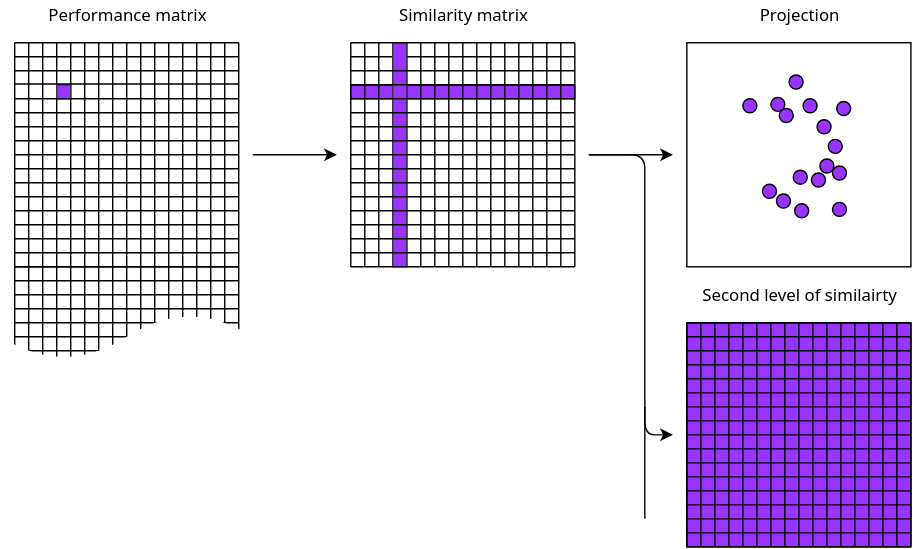
Above: img/affected_diagram.svg in Linzee/tmsei_thesis (draw.io), before the change. Source tidied: cells renumbered, new cells last; positions are measured from the earlier drawing's top-left corner, leaving out a move shared by most shapes.
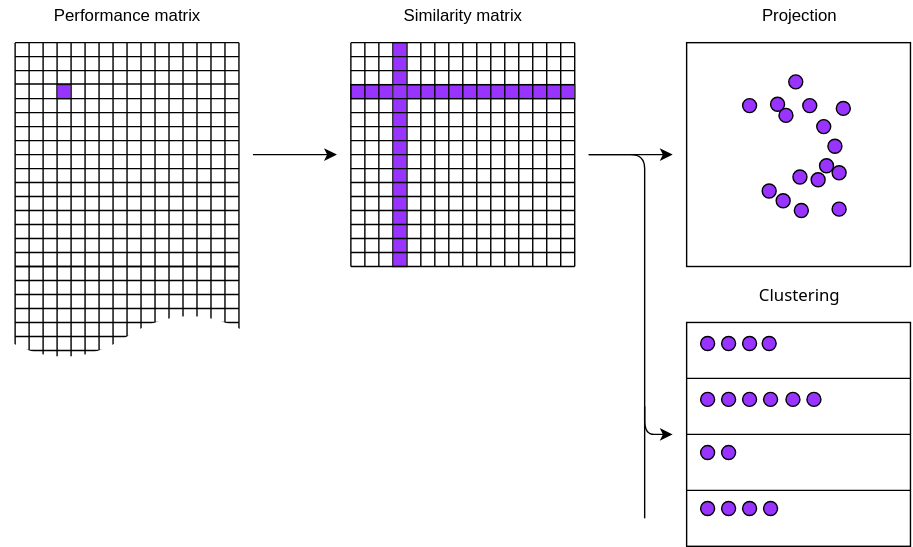
After the commit.

Commit message:
Update affected diagram

Diff of the diagram source:
```diff
@@ -2,9 +2,12 @@
   <root>
     <mxCell id="0" />
     <mxCell id="1" parent="0" />
-    <mxCell id="2" style="rounded=0;whiteSpace=wrap;html=1;fillColor=#9933FF;gradientColor=none;" parent="1" vertex="1">
-      <mxGeometry x="490" y="245" width="160" height="160" as="geometry" />
-    </mxCell>
+    <mxCell id="136" style="endArrow=none;html=1;" parent="1" edge="1">
+      <mxGeometry relative="1" as="geometry">
+        <mxPoint x="410" y="45" as="sourcePoint" />
+        <mxPoint x="410" y="205" as="targetPoint" />
+      </mxGeometry>
+    </mxCell>
     <mxCell id="3" style="rounded=0;whiteSpace=wrap;html=1;fillColor=#9933FF;strokeColor=#36393d;rotation=90;" parent="1" vertex="1">
       <mxGeometry x="325" width="10" height="160" as="geometry" />
     </mxCell>
@@ -224,219 +227,6 @@
         <mxPoint x="160" y="160" as="targetPoint" />
       </mxGeometry>
     </mxCell>
-    <mxCell id="42" style="group;" parent="1" vertex="1">
-      <mxGeometry x="490" y="245" width="160" height="160" as="geometry" />
-    </mxCell>
-    <mxCell id="43" style="group;rotation=90;" parent="42" vertex="1">
-      <mxGeometry width="160" height="160" as="geometry" />
-    </mxCell>
-    <mxCell id="44" style="endArrow=none;html=1;" parent="43" edge="1">
-      <mxGeometry relative="1" as="geometry">
-        <mxPoint x="160" as="sourcePoint" />
-        <mxPoint x="160" y="160" as="targetPoint" />
-      </mxGeometry>
-    </mxCell>
-    <mxCell id="45" style="endArrow=none;html=1;" parent="43" edge="1">
-      <mxGeometry relative="1" as="geometry">
-        <mxPoint x="150" as="sourcePoint" />
-        <mxPoint x="150" y="160" as="targetPoint" />
-      </mxGeometry>
-    </mxCell>
-    <mxCell id="46" style="endArrow=none;html=1;" parent="43" edge="1">
-      <mxGeometry relative="1" as="geometry">
-        <mxPoint x="140" as="sourcePoint" />
-        <mxPoint x="140" y="160" as="targetPoint" />
-      </mxGeometry>
-    </mxCell>
-    <mxCell id="47" style="endArrow=none;html=1;" parent="43" edge="1">
-      <mxGeometry relative="1" as="geometry">
-        <mxPoint x="130" as="sourcePoint" />
-        <mxPoint x="130" y="160" as="targetPoint" />
-      </mxGeometry>
-    </mxCell>
-    <mxCell id="48" style="endArrow=none;html=1;" parent="43" edge="1">
-      <mxGeometry relative="1" as="geometry">
-        <mxPoint x="120" as="sourcePoint" />
-        <mxPoint x="120" y="160" as="targetPoint" />
-      </mxGeometry>
-    </mxCell>
-    <mxCell id="49" style="endArrow=none;html=1;" parent="43" edge="1">
-      <mxGeometry relative="1" as="geometry">
-        <mxPoint x="110" as="sourcePoint" />
-        <mxPoint x="110" y="160" as="targetPoint" />
-      </mxGeometry>
-    </mxCell>
-    <mxCell id="50" style="endArrow=none;html=1;" parent="43" edge="1">
-      <mxGeometry relative="1" as="geometry">
-        <mxPoint x="100" as="sourcePoint" />
-        <mxPoint x="100" y="160" as="targetPoint" />
-      </mxGeometry>
-    </mxCell>
-    <mxCell id="51" style="endArrow=none;html=1;" parent="43" edge="1">
-      <mxGeometry relative="1" as="geometry">
-        <mxPoint x="90" as="sourcePoint" />
-        <mxPoint x="90" y="160" as="targetPoint" />
-      </mxGeometry>
-    </mxCell>
-    <mxCell id="52" style="endArrow=none;html=1;" parent="43" edge="1">
-      <mxGeometry relative="1" as="geometry">
-        <mxPoint x="80" as="sourcePoint" />
-        <mxPoint x="80" y="160" as="targetPoint" />
-      </mxGeometry>
-    </mxCell>
-    <mxCell id="53" style="endArrow=none;html=1;" parent="43" edge="1">
-      <mxGeometry relative="1" as="geometry">
-        <mxPoint x="70" as="sourcePoint" />
-        <mxPoint x="70" y="160" as="targetPoint" />
-      </mxGeometry>
-    </mxCell>
-    <mxCell id="54" style="endArrow=none;html=1;" parent="43" edge="1">
-      <mxGeometry relative="1" as="geometry">
-        <mxPoint x="60" as="sourcePoint" />
-        <mxPoint x="60" y="160" as="targetPoint" />
-      </mxGeometry>
-    </mxCell>
-    <mxCell id="55" style="endArrow=none;html=1;" parent="43" edge="1">
-      <mxGeometry relative="1" as="geometry">
-        <mxPoint x="50" as="sourcePoint" />
-        <mxPoint x="50" y="160" as="targetPoint" />
-      </mxGeometry>
-    </mxCell>
-    <mxCell id="56" style="endArrow=none;html=1;" parent="43" edge="1">
-      <mxGeometry relative="1" as="geometry">
-        <mxPoint x="40" as="sourcePoint" />
-        <mxPoint x="40" y="160" as="targetPoint" />
-      </mxGeometry>
-    </mxCell>
-    <mxCell id="57" style="endArrow=none;html=1;" parent="43" edge="1">
-      <mxGeometry relative="1" as="geometry">
-        <mxPoint x="30" as="sourcePoint" />
-        <mxPoint x="30" y="160" as="targetPoint" />
-      </mxGeometry>
-    </mxCell>
-    <mxCell id="58" style="endArrow=none;html=1;" parent="43" edge="1">
-      <mxGeometry relative="1" as="geometry">
-        <mxPoint x="20" as="sourcePoint" />
-        <mxPoint x="20" y="160" as="targetPoint" />
-      </mxGeometry>
-    </mxCell>
-    <mxCell id="59" style="endArrow=none;html=1;" parent="43" edge="1">
-      <mxGeometry relative="1" as="geometry">
-        <mxPoint x="10" as="sourcePoint" />
-        <mxPoint x="10" y="160" as="targetPoint" />
-      </mxGeometry>
-    </mxCell>
-    <mxCell id="60" style="endArrow=none;html=1;" parent="43" edge="1">
-      <mxGeometry relative="1" as="geometry">
-        <mxPoint as="sourcePoint" />
-        <mxPoint y="160" as="targetPoint" />
-      </mxGeometry>
-    </mxCell>
-    <mxCell id="61" style="group;" parent="43" vertex="1">
-      <mxGeometry width="160" height="160" as="geometry" />
-    </mxCell>
-    <mxCell id="62" style="endArrow=none;html=1;" parent="61" edge="1">
-      <mxGeometry relative="1" as="geometry">
-        <mxPoint as="sourcePoint" />
-        <mxPoint x="160" as="targetPoint" />
-      </mxGeometry>
-    </mxCell>
-    <mxCell id="63" style="endArrow=none;html=1;" parent="61" edge="1">
-      <mxGeometry relative="1" as="geometry">
-        <mxPoint y="10" as="sourcePoint" />
-        <mxPoint x="160" y="10" as="targetPoint" />
-      </mxGeometry>
-    </mxCell>
-    <mxCell id="64" style="endArrow=none;html=1;" parent="61" edge="1">
-      <mxGeometry relative="1" as="geometry">
-        <mxPoint y="20" as="sourcePoint" />
-        <mxPoint x="160" y="20" as="targetPoint" />
-      </mxGeometry>
-    </mxCell>
-    <mxCell id="65" style="endArrow=none;html=1;" parent="61" edge="1">
-      <mxGeometry relative="1" as="geometry">
-        <mxPoint y="30" as="sourcePoint" />
-        <mxPoint x="160" y="30" as="targetPoint" />
-      </mxGeometry>
-    </mxCell>
-    <mxCell id="66" style="endArrow=none;html=1;" parent="61" edge="1">
-      <mxGeometry relative="1" as="geometry">
-        <mxPoint y="40" as="sourcePoint" />
-        <mxPoint x="160" y="40" as="targetPoint" />
-      </mxGeometry>
-    </mxCell>
-    <mxCell id="67" style="endArrow=none;html=1;" parent="61" edge="1">
-      <mxGeometry relative="1" as="geometry">
-        <mxPoint y="50" as="sourcePoint" />
-        <mxPoint x="160" y="50" as="targetPoint" />
-      </mxGeometry>
-    </mxCell>
-    <mxCell id="68" style="endArrow=none;html=1;" parent="61" edge="1">
-      <mxGeometry relative="1" as="geometry">
-        <mxPoint y="60" as="sourcePoint" />
-        <mxPoint x="160" y="60" as="targetPoint" />
-      </mxGeometry>
-    </mxCell>
-    <mxCell id="69" style="endArrow=none;html=1;" parent="61" edge="1">
-      <mxGeometry relative="1" as="geometry">
-        <mxPoint y="70" as="sourcePoint" />
-        <mxPoint x="160" y="70" as="targetPoint" />
-      </mxGeometry>
-    </mxCell>
-    <mxCell id="70" style="endArrow=none;html=1;" parent="61" edge="1">
-      <mxGeometry relative="1" as="geometry">
-        <mxPoint y="80" as="sourcePoint" />
-        <mxPoint x="160" y="80" as="targetPoint" />
-      </mxGeometry>
-    </mxCell>
-    <mxCell id="71" style="endArrow=none;html=1;" parent="61" edge="1">
-      <mxGeometry relative="1" as="geometry">
-        <mxPoint y="90" as="sourcePoint" />
-        <mxPoint x="160" y="90" as="targetPoint" />
-      </mxGeometry>
-    </mxCell>
-    <mxCell id="72" style="endArrow=none;html=1;" parent="61" edge="1">
-      <mxGeometry relative="1" as="geometry">
-        <mxPoint y="100" as="sourcePoint" />
-        <mxPoint x="160" y="100" as="targetPoint" />
-      </mxGeometry>
-    </mxCell>
-    <mxCell id="73" style="endArrow=none;html=1;" parent="61" edge="1">
-      <mxGeometry relative="1" as="geometry">
-        <mxPoint y="110" as="sourcePoint" />
-        <mxPoint x="160" y="110" as="targetPoint" />
-      </mxGeometry>
-    </mxCell>
-    <mxCell id="74" style="endArrow=none;html=1;" parent="61" edge="1">
-      <mxGeometry relative="1" as="geometry">
-        <mxPoint y="120" as="sourcePoint" />
-        <mxPoint x="160" y="120" as="targetPoint" />
-      </mxGeometry>
-    </mxCell>
-    <mxCell id="75" style="endArrow=none;html=1;" parent="61" edge="1">
-      <mxGeometry relative="1" as="geometry">
-        <mxPoint y="130" as="sourcePoint" />
-        <mxPoint x="160" y="130" as="targetPoint" />
-      </mxGeometry>
-    </mxCell>
-    <mxCell id="76" style="endArrow=none;html=1;" parent="61" edge="1">
-      <mxGeometry relative="1" as="geometry">
-        <mxPoint y="140" as="sourcePoint" />
-        <mxPoint x="160" y="140" as="targetPoint" />
-      </mxGeometry>
-    </mxCell>
-    <mxCell id="77" style="endArrow=none;html=1;" parent="61" edge="1">
-      <mxGeometry relative="1" as="geometry">
-        <mxPoint y="150" as="sourcePoint" />
-        <mxPoint x="160" y="150" as="targetPoint" />
-      </mxGeometry>
-    </mxCell>
-    <mxCell id="78" style="endArrow=none;html=1;" parent="61" edge="1">
-      <mxGeometry relative="1" as="geometry">
-        <mxPoint y="160" as="sourcePoint" />
-        <mxPoint x="160" y="160" as="targetPoint" />
-      </mxGeometry>
-    </mxCell>
     <mxCell id="79" style="rounded=0;whiteSpace=wrap;html=1;gradientColor=none;" parent="1" vertex="1">
       <mxGeometry x="490" y="45" width="160" height="160" as="geometry" />
     </mxCell>
@@ -675,18 +465,15 @@
     <mxCell id="128" style="ellipse;whiteSpace=wrap;html=1;fillColor=#9933FF;strokeColor=#000000;" parent="1" vertex="1">
       <mxGeometry x="567" y="160" width="10" height="10" as="geometry" />
     </mxCell>
-    <mxCell id="129" value="Performance matrix" style="text;html=1;strokeColor=none;fillColor=none;align=center;verticalAlign=middle;whiteSpace=wrap;rounded=0;fontFamily=Sans;" parent="1" vertex="1">
+    <mxCell id="129" value="Performance matrix" style="text;html=1;strokeColor=none;fillColor=none;align=center;verticalAlign=middle;whiteSpace=wrap;rounded=0;" parent="1" vertex="1">
       <mxGeometry x="10" y="15" width="160" height="20" as="geometry" />
     </mxCell>
-    <mxCell id="130" value="&lt;font&gt;Similarity matrix&lt;/font&gt;" style="text;html=1;strokeColor=none;fillColor=none;align=center;verticalAlign=middle;whiteSpace=wrap;rounded=0;fontFamily=Sans;" parent="1" vertex="1">
+    <mxCell id="130" value="Similarity matrix" style="text;html=1;strokeColor=none;fillColor=none;align=center;verticalAlign=middle;whiteSpace=wrap;rounded=0;" parent="1" vertex="1">
       <mxGeometry x="250" y="15" width="160" height="20" as="geometry" />
     </mxCell>
-    <mxCell id="131" value="&lt;font&gt;Projection&lt;/font&gt;" style="text;html=1;strokeColor=none;fillColor=none;align=center;verticalAlign=middle;whiteSpace=wrap;rounded=0;fontFamily=Sans;" parent="1" vertex="1">
+    <mxCell id="131" value="Projection" style="text;html=1;strokeColor=none;fillColor=none;align=center;verticalAlign=middle;whiteSpace=wrap;rounded=0;" parent="1" vertex="1">
       <mxGeometry x="490" y="15" width="160" height="20" as="geometry" />
     </mxCell>
-    <mxCell id="132" value="&lt;font&gt;Second level of similairty&lt;/font&gt;" style="text;html=1;strokeColor=none;fillColor=none;align=center;verticalAlign=middle;whiteSpace=wrap;rounded=0;fontFamily=Sans;" parent="1" vertex="1">
-      <mxGeometry x="490" y="215" width="160" height="20" as="geometry" />
-    </mxCell>
     <mxCell id="133" style="endArrow=none;html=1;" parent="1" edge="1">
       <mxGeometry relative="1" as="geometry">
         <mxPoint x="460" y="385" as="sourcePoint" />
@@ -699,18 +486,6 @@
         <mxPoint x="170" y="74.5" as="targetPoint" />
       </mxGeometry>
     </mxCell>
-    <mxCell id="135" style="endArrow=none;html=1;" parent="1" edge="1">
-      <mxGeometry relative="1" as="geometry">
-        <mxPoint x="410" y="55" as="sourcePoint" />
-        <mxPoint x="250" y="55" as="targetPoint" />
-      </mxGeometry>
-    </mxCell>
-    <mxCell id="136" style="endArrow=none;html=1;" parent="1" edge="1">
-      <mxGeometry relative="1" as="geometry">
-        <mxPoint x="410" y="45" as="sourcePoint" />
-        <mxPoint x="410" y="205" as="targetPoint" />
-      </mxGeometry>
-    </mxCell>
     <mxCell id="137" style="endArrow=none;html=1;" parent="1" edge="1">
       <mxGeometry relative="1" as="geometry">
         <mxPoint x="400" y="45" as="sourcePoint" />
@@ -906,5 +681,74 @@
         <mxPoint x="410" y="75" as="targetPoint" />
       </mxGeometry>
     </mxCell>
+    <mxCell id="170" value="Clustering" style="text;html=1;strokeColor=none;fillColor=none;align=center;verticalAlign=middle;whiteSpace=wrap;rounded=0;fontFamily=Sans;" parent="1" vertex="1">
+      <mxGeometry x="490" y="215" width="160" height="20" as="geometry" />
+    </mxCell>
+    <mxCell id="171" style="rounded=0;whiteSpace=wrap;html=1;gradientColor=none;" parent="1" vertex="1">
+      <mxGeometry x="490" y="245" width="160" height="160" as="geometry" />
+    </mxCell>
+    <mxCell id="172" style="ellipse;whiteSpace=wrap;html=1;fillColor=#9933FF;strokeColor=#000000;" parent="1" vertex="1">
+      <mxGeometry x="500" y="255" width="10" height="10" as="geometry" />
+    </mxCell>
+    <mxCell id="173" style="ellipse;whiteSpace=wrap;html=1;fillColor=#9933FF;strokeColor=#000000;" parent="1" vertex="1">
+      <mxGeometry x="515" y="255" width="10" height="10" as="geometry" />
+    </mxCell>
+    <mxCell id="174" style="ellipse;whiteSpace=wrap;html=1;fillColor=#9933FF;strokeColor=#000000;" parent="1" vertex="1">
+      <mxGeometry x="544" y="255" width="10" height="10" as="geometry" />
+    </mxCell>
+    <mxCell id="175" style="ellipse;whiteSpace=wrap;html=1;fillColor=#9933FF;strokeColor=#000000;" parent="1" vertex="1">
+      <mxGeometry x="515" y="373" width="10" height="10" as="geometry" />
+    </mxCell>
+    <mxCell id="176" style="ellipse;whiteSpace=wrap;html=1;fillColor=#9933FF;strokeColor=#000000;" parent="1" vertex="1">
+      <mxGeometry x="500" y="295" width="10" height="10" as="geometry" />
+    </mxCell>
+    <mxCell id="177" style="ellipse;whiteSpace=wrap;html=1;fillColor=#9933FF;strokeColor=#000000;" parent="1" vertex="1">
+      <mxGeometry x="530" y="295" width="10" height="10" as="geometry" />
+    </mxCell>
+    <mxCell id="178" style="ellipse;whiteSpace=wrap;html=1;fillColor=#9933FF;strokeColor=#000000;" parent="1" vertex="1">
+      <mxGeometry x="530" y="373" width="10" height="10" as="geometry" />
+    </mxCell>
+    <mxCell id="179" style="ellipse;whiteSpace=wrap;html=1;fillColor=#9933FF;strokeColor=#000000;" parent="1" vertex="1">
+      <mxGeometry x="500" y="332.5" width="10" height="10" as="geometry" />
+    </mxCell>
+    <mxCell id="180" style="ellipse;whiteSpace=wrap;html=1;fillColor=#9933FF;strokeColor=#000000;" parent="1" vertex="1">
+      <mxGeometry x="576" y="295" width="10" height="10" as="geometry" />
+    </mxCell>
+    <mxCell id="181" style="ellipse;whiteSpace=wrap;html=1;fillColor=#9933FF;strokeColor=#000000;" parent="1" vertex="1">
+      <mxGeometry x="515" y="295" width="10" height="10" as="geometry" />
+    </mxCell>
+    <mxCell id="182" style="ellipse;whiteSpace=wrap;html=1;fillColor=#9933FF;strokeColor=#000000;" parent="1" vertex="1">
+      <mxGeometry x="500" y="373" width="10" height="10" as="geometry" />
+    </mxCell>
+    <mxCell id="183" style="ellipse;whiteSpace=wrap;html=1;fillColor=#9933FF;strokeColor=#000000;" parent="1" vertex="1">
+      <mxGeometry x="545" y="295" width="10" height="10" as="geometry" />
+    </mxCell>
+    <mxCell id="184" style="ellipse;whiteSpace=wrap;html=1;fillColor=#9933FF;strokeColor=#000000;" parent="1" vertex="1">
+      <mxGeometry x="561" y="295" width="10" height="10" as="geometry" />
+    </mxCell>
+    <mxCell id="185" style="ellipse;whiteSpace=wrap;html=1;fillColor=#9933FF;strokeColor=#000000;" parent="1" vertex="1">
+      <mxGeometry x="530" y="255" width="10" height="10" as="geometry" />
+    </mxCell>
+    <mxCell id="186" style="ellipse;whiteSpace=wrap;html=1;fillColor=#9933FF;strokeColor=#000000;" parent="1" vertex="1">
+      <mxGeometry x="515" y="332.5" width="10" height="10" as="geometry" />
+    </mxCell>
+    <mxCell id="187" style="ellipse;whiteSpace=wrap;html=1;fillColor=#9933FF;strokeColor=#000000;" parent="1" vertex="1">
+      <mxGeometry x="545" y="373" width="10" height="10" as="geometry" />
+    </mxCell>
+    <mxCell id="188" style="endArrow=none;html=1;fontFamily=Sans;entryX=0;entryY=0.25;exitX=1;exitY=0.25;" parent="1" edge="1" source="171" target="171">
+      <mxGeometry relative="1" as="geometry" />
+    </mxCell>
+    <mxCell id="189" style="endArrow=none;html=1;fontFamily=Sans;entryX=0;entryY=0.5;exitX=1;exitY=0.5;" parent="1" edge="1" source="171" target="171">
+      <mxGeometry relative="1" as="geometry" />
+    </mxCell>
+    <mxCell id="190" style="endArrow=none;html=1;fontFamily=Sans;entryX=0;entryY=0.75;exitX=1;exitY=0.75;" parent="1" edge="1" source="171" target="171">
+      <mxGeometry relative="1" as="geometry" />
+    </mxCell>
+    <mxCell id="135" style="endArrow=none;html=1;" parent="1" edge="1">
+      <mxGeometry relative="1" as="geometry">
+        <mxPoint x="410" y="55" as="sourcePoint" />
+        <mxPoint x="250" y="55" as="targetPoint" />
+      </mxGeometry>
+    </mxCell>
   </root>
 </mxGraphModel>
```
